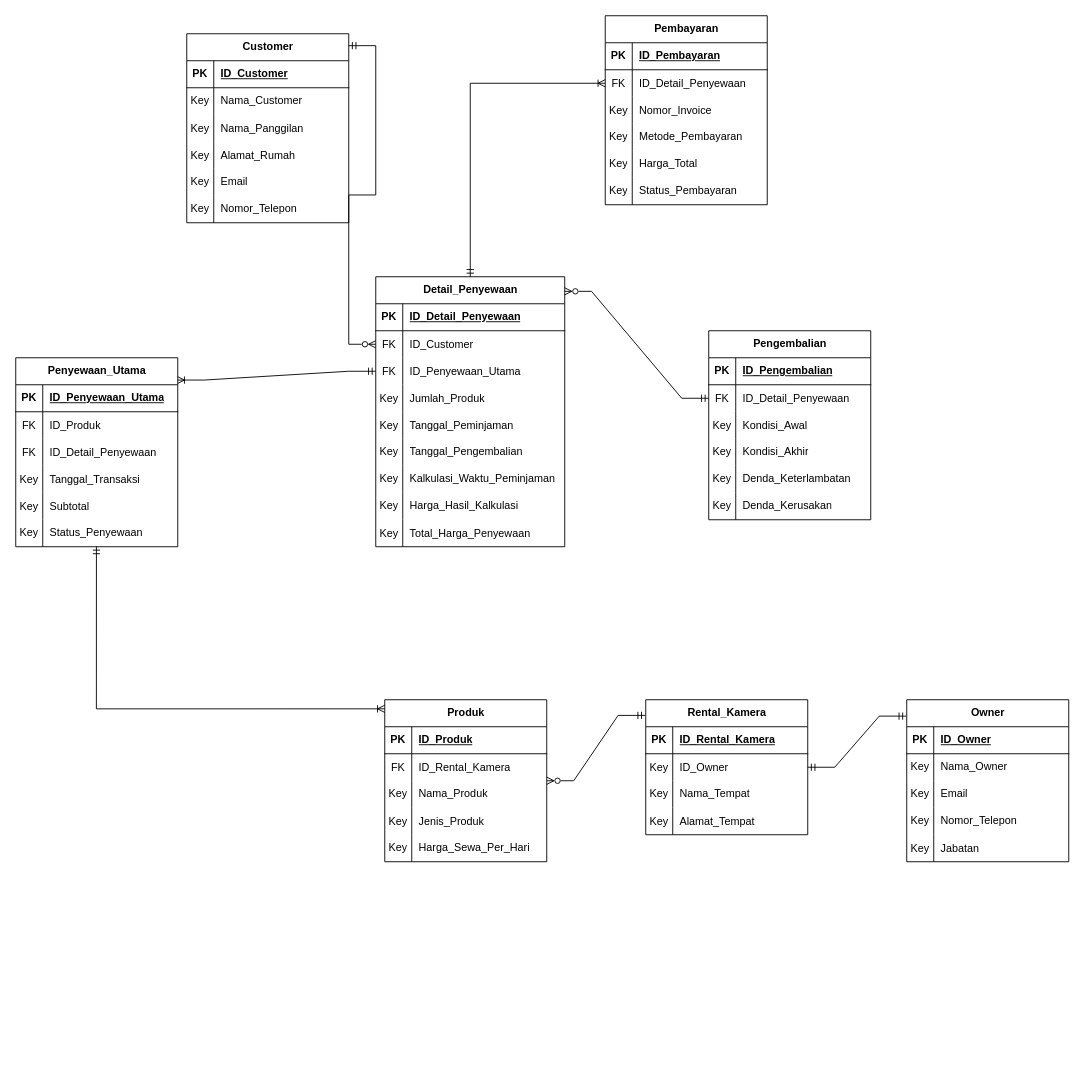
The draw.io diagram page "Revisi-4" (4 of 4) of sistem-rental-kamera.drawio in King-Ag-Jv/Project-Atrem, before the edit. Source tidied: cells renumbered, new cells numbered last; positions are measured from the earlier drawing's top-left corner, leaving out a move shared by most shapes. Both pictures are drawn from the tidied source at 90%, with x=0, y=0 at pixel (15, 15).
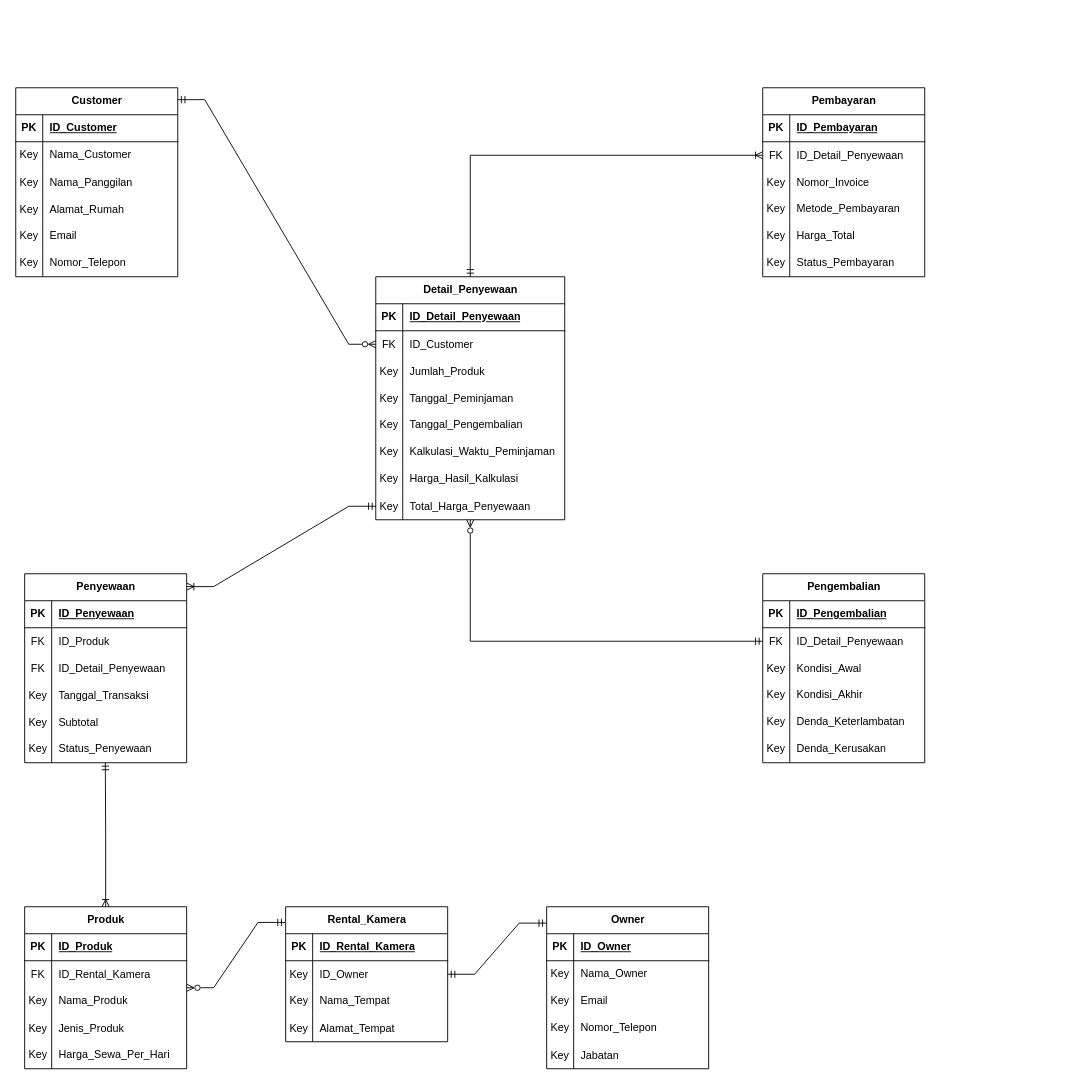
After the change.

The change refers to these unchanged cells:
```xml
<mxCell id="120" style="shape=tableRow;horizontal=0;startSize=0;swimlaneHead=0;swimlaneBody=0;fillColor=none;top=0;left=0;right=0;bottom=1;" parent="119" vertex="1">
  <mxGeometry y="30" width="180" height="30" as="geometry" />
</mxCell>
<mxCell id="135" style="shape=tableRow;horizontal=0;startSize=0;swimlaneHead=0;swimlaneBody=0;fillColor=none;points=[[0,0.5],[1,0.5]];portConstraint=eastwest;top=0;left=0;right=0;bottom=0;" parent="119" vertex="1">
  <mxGeometry y="180" width="180" height="30" as="geometry" />
</mxCell>
<mxCell id="142" style="shape=tableRow;horizontal=0;startSize=0;swimlaneHead=0;swimlaneBody=0;fillColor=none;points=[[0,0.5],[1,0.5]];portConstraint=eastwest;top=0;left=0;right=0;bottom=0;" parent="138" vertex="1">
  <mxGeometry y="60" width="180" height="30" as="geometry" />
</mxCell>
```

Diff of the diagram source:
```diff
@@
     <mxCell id="2" value="Produk" style="shape=table;startSize=30;childLayout=tableLayout;rowLines=0;fontStyle=1;align=center;html=1;" parent="1" vertex="1">
-      <mxGeometry x="410" y="760" width="180" height="180" as="geometry" />
+      <mxGeometry x="9.9" y="990" width="180" height="180" as="geometry" />
     </mxCell>
@@
     <mxCell id="18" value="Owner" style="shape=table;startSize=30;childLayout=tableLayout;rowLines=0;fontStyle=1;align=center;html=1;" parent="1" vertex="1">
-      <mxGeometry x="990" y="760" width="180" height="180" as="geometry" />
+      <mxGeometry x="589.9" y="990" width="180" height="180" as="geometry" />
     </mxCell>
@@
     <mxCell id="34" value="Customer" style="shape=table;startSize=30;childLayout=tableLayout;rowLines=0;fontStyle=1;align=center;html=1;" parent="1" vertex="1">
-      <mxGeometry x="190" y="20" width="180" height="210" as="geometry" />
+      <mxGeometry y="80" width="180" height="210" as="geometry" />
     </mxCell>
@@
     <mxCell id="53" value="Pembayaran" style="shape=table;startSize=30;childLayout=tableLayout;rowLines=0;fontStyle=1;align=center;html=1;" parent="1" vertex="1">
-      <mxGeometry x="655" width="180" height="210" as="geometry" />
+      <mxGeometry x="830" y="80" width="180" height="210" as="geometry" />
     </mxCell>
@@
     <mxCell id="72" value="Detail_Penyewaan" style="shape=table;startSize=30;childLayout=tableLayout;rowLines=0;fontStyle=1;align=center;html=1;" parent="1" vertex="1">
-      <mxGeometry x="400" y="290" width="210" height="300" as="geometry" />
+      <mxGeometry x="400" y="290" width="210" height="270" as="geometry" />
     </mxCell>
@@
-    <mxCell id="79" style="shape=tableRow;horizontal=0;startSize=0;swimlaneHead=0;swimlaneBody=0;fillColor=none;points=[[0,0.5],[1,0.5]];portConstraint=eastwest;top=0;left=0;right=0;bottom=0;" parent="72" vertex="1">
-      <mxGeometry y="90" width="210" height="30" as="geometry" />
-    </mxCell>
-    <mxCell id="80" value="FK" style="shape=partialRectangle;fillColor=none;top=0;left=0;bottom=0;right=0;overflow=hidden;" parent="79" vertex="1">
-      <mxGeometry width="30" height="30" as="geometry" />
-    </mxCell>
-    <mxCell id="81" value="ID_Penyewaan_Utama" style="shape=partialRectangle;fillColor=none;top=0;left=0;bottom=0;right=0;align=left;spacingLeft=6;overflow=hidden;" parent="79" vertex="1">
-      <mxGeometry x="30" width="180" height="30" as="geometry" />
-    </mxCell>
     <mxCell id="82" style="shape=tableRow;horizontal=0;startSize=0;swimlaneHead=0;swimlaneBody=0;fillColor=none;top=0;left=0;right=0;bottom=0;" parent="72" vertex="1">
-      <mxGeometry y="120" width="210" height="30" as="geometry" />
+      <mxGeometry y="90" width="210" height="30" as="geometry" />
     </mxCell>
@@
     <mxCell id="85" style="shape=tableRow;horizontal=0;startSize=0;swimlaneHead=0;swimlaneBody=0;fillColor=none;top=0;left=0;right=0;bottom=0;" parent="72" vertex="1">
-      <mxGeometry y="150" width="210" height="30" as="geometry" />
+      <mxGeometry y="120" width="210" height="30" as="geometry" />
     </mxCell>
@@
     <mxCell id="88" style="shape=tableRow;horizontal=0;startSize=0;swimlaneHead=0;swimlaneBody=0;fillColor=none;top=0;left=0;right=0;bottom=0;" parent="72" vertex="1">
-      <mxGeometry y="180" width="210" height="30" as="geometry" />
+      <mxGeometry y="150" width="210" height="30" as="geometry" />
     </mxCell>
@@
     <mxCell id="91" style="shape=tableRow;horizontal=0;startSize=0;swimlaneHead=0;swimlaneBody=0;fillColor=none;top=0;left=0;right=0;bottom=0;whiteSpace=wrap;" parent="72" vertex="1">
-      <mxGeometry y="210" width="210" height="30" as="geometry" />
+      <mxGeometry y="180" width="210" height="30" as="geometry" />
     </mxCell>
@@
     <mxCell id="94" style="shape=tableRow;horizontal=0;startSize=0;swimlaneHead=0;swimlaneBody=0;fillColor=none;top=0;left=0;right=0;bottom=0;" parent="72" vertex="1">
-      <mxGeometry y="240" width="210" height="30" as="geometry" />
+      <mxGeometry y="210" width="210" height="30" as="geometry" />
     </mxCell>
@@
     <mxCell id="97" style="shape=tableRow;horizontal=0;startSize=0;swimlaneHead=0;swimlaneBody=0;fillColor=none;points=[[0,0.5],[1,0.5]];portConstraint=eastwest;top=0;left=0;right=0;bottom=0;" parent="72" vertex="1">
-      <mxGeometry y="270" width="210" height="30" as="geometry" />
+      <mxGeometry y="240" width="210" height="30" as="geometry" />
     </mxCell>
@@
     <mxCell id="100" value="Rental_Kamera" style="shape=table;startSize=30;childLayout=tableLayout;rowLines=0;fontStyle=1;align=center;html=1;" parent="1" vertex="1">
-      <mxGeometry x="700" y="760" width="180" height="150" as="geometry" />
+      <mxGeometry x="299.9" y="990" width="180" height="150" as="geometry" />
     </mxCell>
@@
-    <mxCell id="115" style="edgeStyle=entityRelationEdgeStyle;fontSize=12;html=1;endArrow=ERmandOne;endFill=0;rounded=0;startArrow=ERoneToMany;startFill=0;entryX=0;entryY=0.5;entryDx=0;entryDy=0;exitX=0.997;exitY=0.118;exitDx=0;exitDy=0;exitPerimeter=0;" parent="1" edge="1" source="119" target="79">
+    <mxCell id="115" style="edgeStyle=entityRelationEdgeStyle;fontSize=12;html=1;endArrow=ERmandOne;endFill=0;rounded=0;startArrow=ERoneToMany;startFill=0;entryX=0;entryY=0.5;entryDx=0;entryDy=0;exitX=1;exitY=0.068;exitDx=0;exitDy=0;exitPerimeter=0;" parent="1" edge="1" source="119" target="97">
       <mxGeometry relative="1" as="geometry" />
     </mxCell>
-    <mxCell id="116" style="edgeStyle=orthogonalEdgeStyle;fontSize=12;html=1;endArrow=ERmandOne;endFill=0;rounded=0;startArrow=ERoneToMany;startFill=0;entryX=0.498;entryY=0.992;entryDx=0;entryDy=0;exitX=0;exitY=0.056;exitDx=0;exitDy=0;exitPerimeter=0;entryPerimeter=0;" parent="1" edge="1" source="2" target="135">
+    <mxCell id="116" style="edgeStyle=orthogonalEdgeStyle;fontSize=12;html=1;endArrow=ERmandOne;endFill=0;rounded=0;startArrow=ERoneToMany;startFill=0;entryX=0.498;entryY=0.992;entryDx=0;entryDy=0;exitX=0.5;exitY=0;exitDx=0;exitDy=0;entryPerimeter=0;" parent="1" edge="1" source="2" target="135">
       <mxGeometry relative="1" as="geometry" />
     </mxCell>
@@
-    <mxCell id="119" value="Penyewaan_Utama" style="shape=table;startSize=30;childLayout=tableLayout;rowLines=0;fontStyle=1;align=center;html=1;" parent="1" vertex="1">
-      <mxGeometry y="380" width="180" height="210" as="geometry" />
+    <mxCell id="119" value="Penyewaan" style="shape=table;startSize=30;childLayout=tableLayout;rowLines=0;fontStyle=1;align=center;html=1;" parent="1" vertex="1">
+      <mxGeometry x="9.9" y="620" width="180" height="210" as="geometry" />
     </mxCell>
@@
-    <mxCell id="122" value="ID_Penyewaan_Utama" style="shape=partialRectangle;fillColor=none;top=0;left=0;bottom=0;right=0;align=left;spacingLeft=6;fontStyle=5;overflow=hidden;whiteSpace=wrap;html=1;" parent="120" vertex="1">
+    <mxCell id="122" value="ID_Penyewaan" style="shape=partialRectangle;fillColor=none;top=0;left=0;bottom=0;right=0;align=left;spacingLeft=6;fontStyle=5;overflow=hidden;whiteSpace=wrap;html=1;" parent="120" vertex="1">
       <mxGeometry x="30" width="150" height="30" as="geometry" />
     </mxCell>
@@
     <mxCell id="138" value="Pengembalian" style="shape=table;startSize=30;childLayout=tableLayout;rowLines=0;fontStyle=1;align=center;html=1;" parent="1" vertex="1">
-      <mxGeometry x="770" y="350" width="180" height="210" as="geometry" />
+      <mxGeometry x="830" y="620" width="180" height="210" as="geometry" />
     </mxCell>
@@
-    <mxCell id="157" style="edgeStyle=entityRelationEdgeStyle;fontSize=12;html=1;endArrow=ERmandOne;endFill=0;rounded=0;startArrow=ERzeroToMany;startFill=0;exitX=0.999;exitY=0.054;exitDx=0;exitDy=0;exitPerimeter=0;entryX=0;entryY=0.5;entryDx=0;entryDy=0;" parent="1" edge="1" source="72" target="142">
+    <mxCell id="157" style="edgeStyle=orthogonalEdgeStyle;fontSize=12;html=1;endArrow=ERmandOne;endFill=0;rounded=0;startArrow=ERzeroToMany;startFill=0;exitX=0.5;exitY=1;exitDx=0;exitDy=0;exitPerimeter=0;entryX=0;entryY=0.5;entryDx=0;entryDy=0;" parent="1" edge="1" source="97" target="142">
       <mxGeometry relative="1" as="geometry" />
     </mxCell>
```
